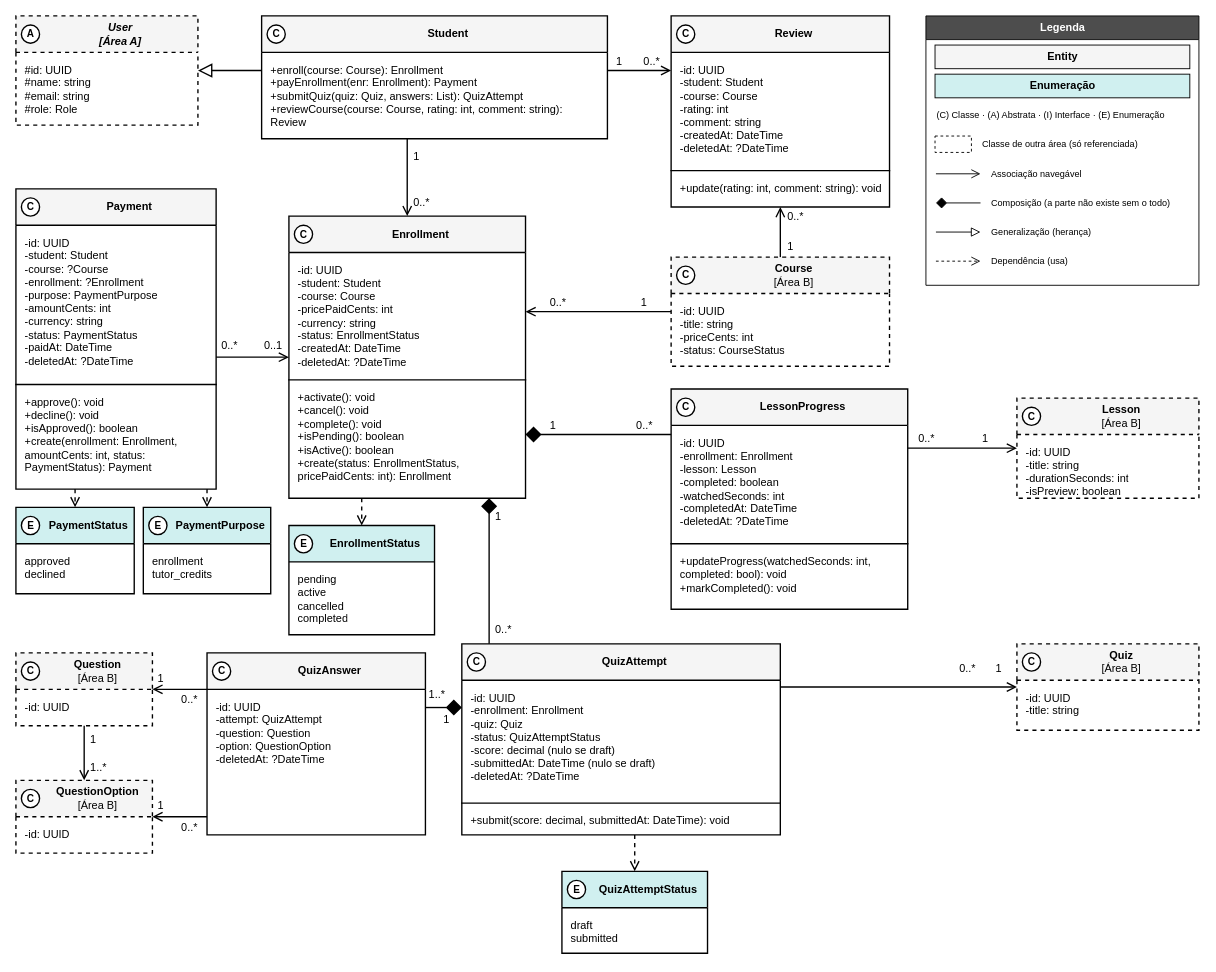
Before: especificacao/diagramas/13-classes-area-c-negocial.drawio in Plataforma-de-Cursos-TCC/plataforma-cursos-docs, a draw.io diagram. Source tidied: cells renumbered, new cells numbered last; positions are measured from the earlier drawing's top-left corner, leaving out a move shared by most shapes. Both pictures are drawn from the tidied source at 91%, with x=0, y=0 at pixel (15, 15).
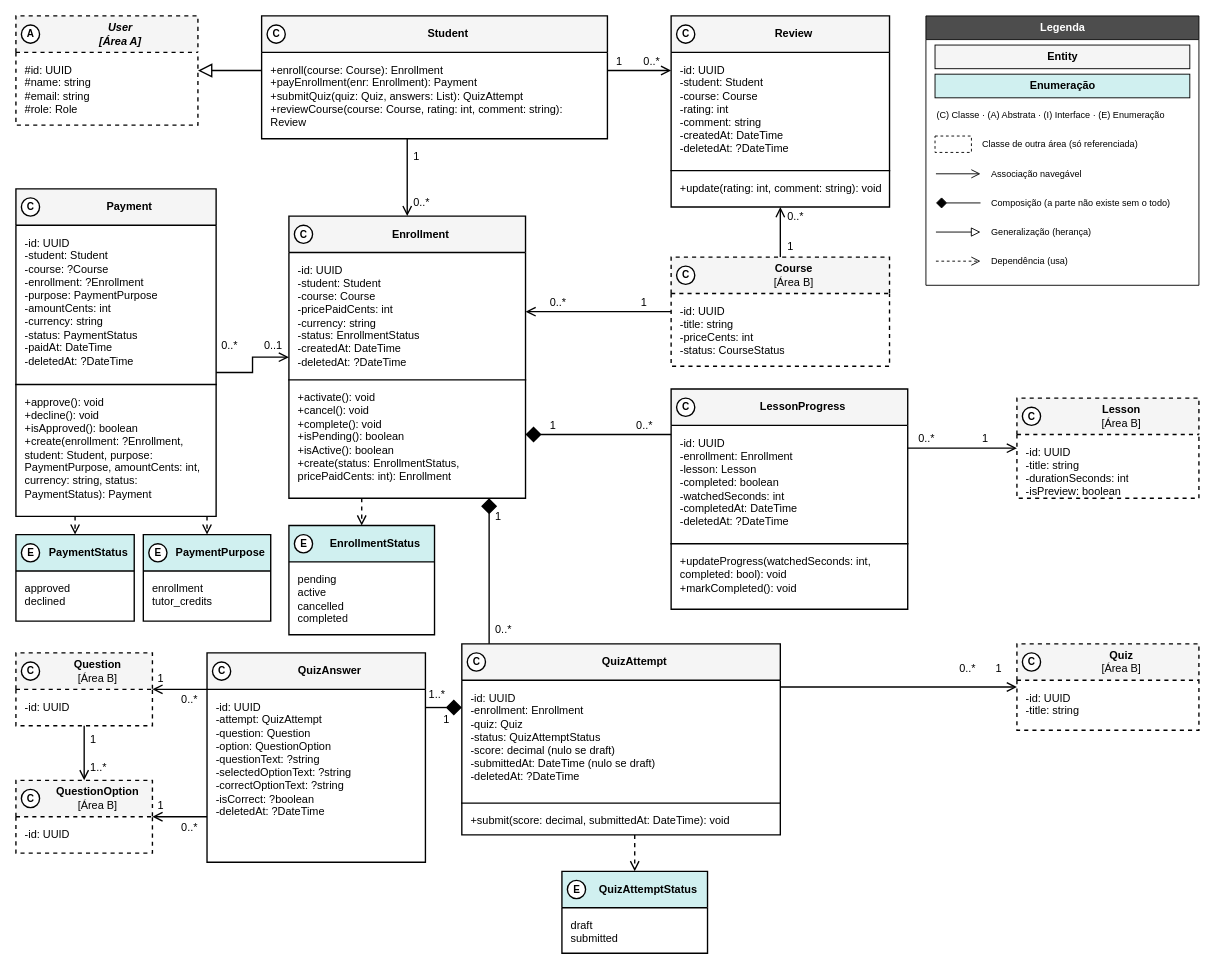
The same diagram, later.

Unchanged cells that the change refers to:
```xml
<mxCell id="28" value="&lt;b&gt;QuizAttempt&lt;/b&gt;" style="swimlane;fontStyle=0;align=center;verticalAlign=middle;horizontal=1;startSize=40;html=1;whiteSpace=wrap;fontFamily=Helvetica;fontSize=12;swimlaneFillColor=#FFFFFF;strokeColor=#000000;strokeWidth=1.5;fontColor=#000000;spacingLeft=30;fillColor=#F5F5F5;" parent="1" vertex="1">
  <mxGeometry x="490" y="690" width="350" height="210" as="geometry" />
</mxCell>
<mxCell id="68" value="&lt;b&gt;Question&lt;/b&gt;&lt;br&gt;[Área B]" style="swimlane;fontStyle=0;align=center;verticalAlign=middle;horizontal=1;startSize=40;html=1;whiteSpace=wrap;fontFamily=Helvetica;fontSize=12;swimlaneFillColor=#FFFFFF;strokeColor=#000000;strokeWidth=1.5;fontColor=#000000;spacingLeft=30;dashed=1;fillColor=#F5F5F5;" parent="1" vertex="1">
  <mxGeometry y="700" width="150" height="80" as="geometry" />
</mxCell>
<mxCell id="70" value="&lt;b&gt;QuestionOption&lt;/b&gt;&lt;br&gt;[Área B]" style="swimlane;fontStyle=0;align=center;verticalAlign=middle;horizontal=1;startSize=40;html=1;whiteSpace=wrap;fontFamily=Helvetica;fontSize=12;swimlaneFillColor=#FFFFFF;strokeColor=#000000;strokeWidth=1.5;fontColor=#000000;spacingLeft=30;dashed=1;fillColor=#F5F5F5;" parent="1" vertex="1">
  <mxGeometry y="840" width="150" height="80" as="geometry" />
</mxCell>
```

The edit, as a diff of the source:
```diff
@@
     <mxCell id="10" value="&lt;b&gt;PaymentStatus&lt;/b&gt;" style="swimlane;fontStyle=0;align=center;verticalAlign=middle;horizontal=1;startSize=40;html=1;whiteSpace=wrap;fontFamily=Helvetica;fontSize=12;swimlaneFillColor=#FFFFFF;strokeColor=#000000;strokeWidth=1.5;fontColor=#000000;spacingLeft=30;fillColor=#D0F0F0;" parent="1" vertex="1">
-      <mxGeometry y="540" width="130" height="95" as="geometry" />
+      <mxGeometry y="570" width="130" height="95" as="geometry" />
     </mxCell>
@@
     <mxCell id="12" value="&lt;b&gt;Payment&lt;/b&gt;" style="swimlane;fontStyle=0;align=center;verticalAlign=middle;horizontal=1;startSize=40;html=1;whiteSpace=wrap;fontFamily=Helvetica;fontSize=12;swimlaneFillColor=#FFFFFF;strokeColor=#000000;strokeWidth=1.5;fontColor=#000000;spacingLeft=30;fillColor=#F5F5F5;" parent="1" vertex="1">
-      <mxGeometry y="190" width="220" height="330" as="geometry" />
+      <mxGeometry y="190" width="220" height="360" as="geometry" />
     </mxCell>
@@
-    <mxCell id="14" value="+approve(): void&lt;br&gt;+decline(): void&lt;br&gt;+isApproved(): boolean&lt;br&gt;+create(enrollment: Enrollment, amountCents: int, status: PaymentStatus): Payment" style="shape=partialRectangle;top=1;bottom=0;left=0;right=0;text;strokeColor=#000000;strokeWidth=1.5;fillColor=none;align=left;verticalAlign=top;spacingLeft=8;spacingRight=8;spacingTop=6;overflow=hidden;whiteSpace=wrap;html=1;fontFamily=Helvetica;fontSize=12;fontColor=#000000;" parent="12" vertex="1">
-      <mxGeometry y="215" width="220" height="110" as="geometry" />
+    <mxCell id="14" value="+approve(): void&lt;br&gt;+decline(): void&lt;br&gt;+isApproved(): boolean&lt;br&gt;+create(enrollment: ?Enrollment, student: Student, purpose: PaymentPurpose, amountCents: int, currency: string, status: PaymentStatus): Payment" style="shape=partialRectangle;top=1;bottom=0;left=0;right=0;text;strokeColor=#000000;strokeWidth=1.5;fillColor=none;align=left;verticalAlign=top;spacingLeft=8;spacingRight=8;spacingTop=6;overflow=hidden;whiteSpace=wrap;html=1;fontFamily=Helvetica;fontSize=12;fontColor=#000000;" parent="12" vertex="1">
+      <mxGeometry y="215" width="220" height="145" as="geometry" />
     </mxCell>
@@
     <mxCell id="31" value="&lt;b&gt;QuizAnswer&lt;/b&gt;" style="swimlane;fontStyle=0;align=center;verticalAlign=middle;horizontal=1;startSize=40;html=1;whiteSpace=wrap;fontFamily=Helvetica;fontSize=12;swimlaneFillColor=#FFFFFF;strokeColor=#000000;strokeWidth=1.5;fontColor=#000000;spacingLeft=30;fillColor=#F5F5F5;" parent="1" vertex="1">
-      <mxGeometry x="210" y="700" width="240" height="200" as="geometry" />
+      <mxGeometry x="210" y="700" width="240" height="230" as="geometry" />
     </mxCell>
-    <mxCell id="32" value="-id: UUID&lt;br&gt;-attempt: QuizAttempt&lt;br&gt;-question: Question&lt;br&gt;-option: QuestionOption&lt;br&gt;-deletedAt: ?DateTime" style="text;strokeColor=none;fillColor=none;align=left;verticalAlign=top;spacingLeft=8;spacingRight=8;spacingTop=6;overflow=hidden;whiteSpace=wrap;html=1;fontFamily=Helvetica;fontSize=12;fontColor=#000000;" parent="31" vertex="1">
-      <mxGeometry y="40" width="260" height="100" as="geometry" />
+    <mxCell id="32" value="-id: UUID&lt;br&gt;-attempt: QuizAttempt&lt;br&gt;-question: Question&lt;br&gt;-option: QuestionOption&lt;br&gt;-questionText: ?string&lt;br&gt;-selectedOptionText: ?string&lt;br&gt;-correctOptionText: ?string&lt;br&gt;-isCorrect: ?boolean&lt;br&gt;-deletedAt: ?DateTime" style="text;strokeColor=none;fillColor=none;align=left;verticalAlign=top;spacingLeft=8;spacingRight=8;spacingTop=6;overflow=hidden;whiteSpace=wrap;html=1;fontFamily=Helvetica;fontSize=12;fontColor=#000000;" parent="31" vertex="1">
+      <mxGeometry y="40" width="240" height="190" as="geometry" />
     </mxCell>
@@
-    <mxCell id="61" style="edgeStyle=orthogonalEdgeStyle;rounded=0;html=1;strokeColor=#000000;strokeWidth=1.5;startArrow=diamond;startFill=1;startSize=14;endArrow=none;fontFamily=Helvetica;fontSize=12;exitX=0;exitY=0.3333333;entryX=1;entryY=0.3;" parent="1" edge="1" source="28" target="31">
+    <mxCell id="61" style="edgeStyle=orthogonalEdgeStyle;rounded=0;html=1;strokeColor=#000000;strokeWidth=1.5;startArrow=diamond;startFill=1;startSize=14;endArrow=none;fontFamily=Helvetica;fontSize=12;exitX=0;exitY=0.3333333;entryX=1;entryY=0.2608696;" parent="1" edge="1" source="28" target="31">
       <mxGeometry relative="1" as="geometry" />
     </mxCell>
@@
-    <mxCell id="72" style="edgeStyle=orthogonalEdgeStyle;rounded=0;html=1;strokeColor=#000000;strokeWidth=1.5;endArrow=open;endFill=0;endSize=8;fontFamily=Helvetica;fontSize=12;exitX=0;exitY=0.2;entryX=1;entryY=0.5;" parent="1" edge="1" source="31" target="68">
+    <mxCell id="72" style="edgeStyle=orthogonalEdgeStyle;rounded=0;html=1;strokeColor=#000000;strokeWidth=1.5;endArrow=open;endFill=0;endSize=8;fontFamily=Helvetica;fontSize=12;exitX=0;exitY=0.173913;entryX=1;entryY=0.5;" parent="1" edge="1" source="31" target="68">
       <mxGeometry relative="1" as="geometry" />
     </mxCell>
-    <mxCell id="73" style="edgeStyle=orthogonalEdgeStyle;rounded=0;html=1;strokeColor=#000000;strokeWidth=1.5;endArrow=open;endFill=0;endSize=8;fontFamily=Helvetica;fontSize=12;exitX=0;exitY=0.9;entryX=1;entryY=0.5;" parent="1" edge="1" source="31" target="70">
+    <mxCell id="73" style="edgeStyle=orthogonalEdgeStyle;rounded=0;html=1;strokeColor=#000000;strokeWidth=1.5;endArrow=open;endFill=0;endSize=8;fontFamily=Helvetica;fontSize=12;exitX=0;exitY=0.7826087;entryX=1;entryY=0.5;" parent="1" edge="1" source="31" target="70">
       <mxGeometry relative="1" as="geometry" />
     </mxCell>
@@
     <mxCell id="82" value="&lt;b&gt;PaymentPurpose&lt;/b&gt;" style="swimlane;fontStyle=0;align=center;verticalAlign=middle;horizontal=1;startSize=40;html=1;whiteSpace=wrap;fontFamily=Helvetica;fontSize=12;swimlaneFillColor=#FFFFFF;strokeColor=#000000;strokeWidth=1.5;fontColor=#000000;spacingLeft=30;fillColor=#D0F0F0;" parent="1" vertex="1">
-      <mxGeometry x="140" y="540" width="140" height="95" as="geometry" />
+      <mxGeometry x="140" y="570" width="140" height="95" as="geometry" />
     </mxCell>
@@
     <mxCell id="89" value="E" style="ellipse;html=1;fillColor=#FFFFFF;strokeColor=#000000;strokeWidth=1.5;fontFamily=Helvetica;fontSize=11;fontStyle=1;fontColor=#000000;" parent="1" vertex="1">
-      <mxGeometry x="6" y="550" width="20" height="20" as="geometry" />
+      <mxGeometry x="6" y="580" width="20" height="20" as="geometry" />
     </mxCell>
@@
     <mxCell id="101" value="E" style="ellipse;html=1;fillColor=#FFFFFF;strokeColor=#000000;strokeWidth=1.5;fontFamily=Helvetica;fontSize=11;fontStyle=1;fontColor=#000000;" parent="1" vertex="1">
-      <mxGeometry x="146" y="550" width="20" height="20" as="geometry" />
+      <mxGeometry x="146" y="580" width="20" height="20" as="geometry" />
     </mxCell>
```
